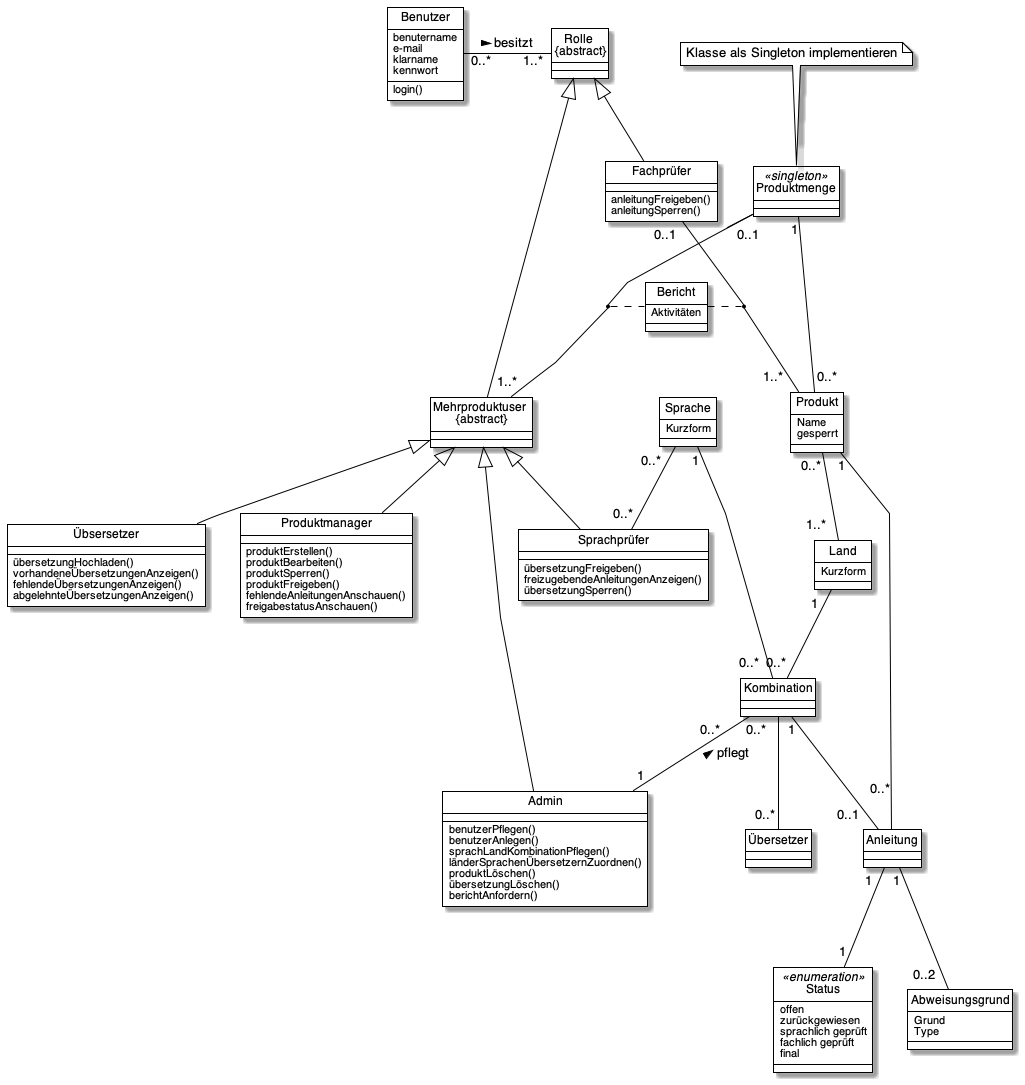
Earlier version of the PlantUML export out/klassendiagramm/Klassendiagramm.png (Schubert-Tom/Manual-Master).
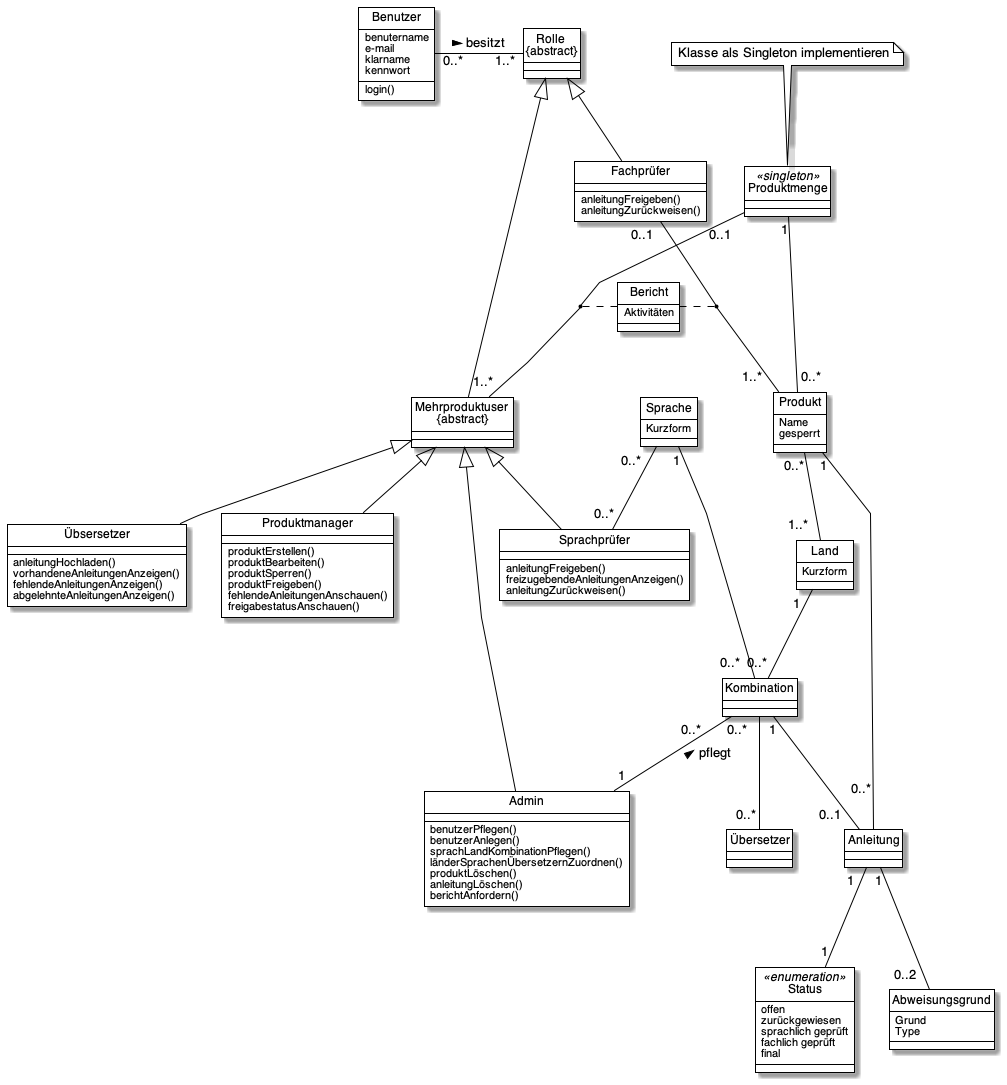
The same file after the commit.

What changed in the source:
```diff
@@ -24,18 +24,18 @@
 }
 class Fachprüfer {
     anleitungFreigeben()
-    anleitungSperren()
+    anleitungZurückweisen()
 }
 class Sprachprüfer {
-    übersetzungFreigeben()
+    anleitungFreigeben()
     freizugebendeAnleitungenAnzeigen()
-    übersetzungSperren()
+    anleitungZurückweisen()
 }
 class Übsersetzer {
-    übersetzungHochladen()
-    vorhandeneÜbersetzungenAnzeigen()
-    fehlendeÜbersetzungenAnzeigen()
-    abgelehnteÜbersetzungenAnzeigen()
+    anleitungHochladen()
+    vorhandeneAnleitungenAnzeigen()
+    fehlendeAnleitungenAnzeigen()
+    abgelehnteAnleitungenAnzeigen()
 }
 class Admin {
     benutzerPflegen()
@@ -43,7 +43,7 @@
     sprachLandKombinationPflegen()
     länderSprachenÜbersetzernZuordnen()
     produktLöschen()
-    übersetzungLöschen()
+    anleitungLöschen()
     berichtAnfordern()
 }
 class Produktmanager {
```
